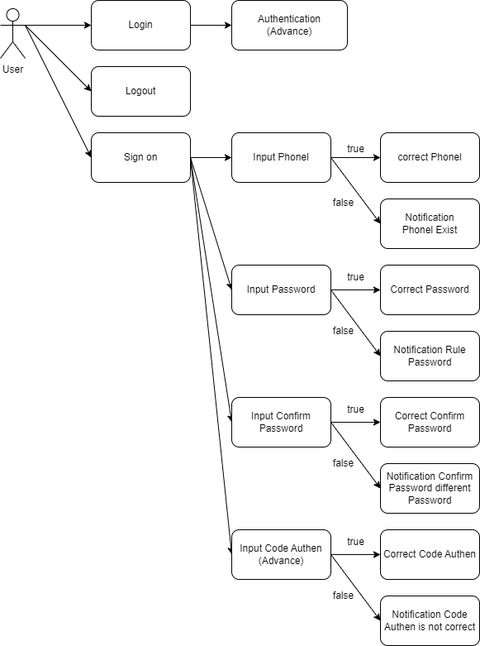
kenduog/saving_book keeps this draw.io diagram as saving_book_diagram.png. Above is the earlier version. Source tidied: cells renumbered, new cells last; positions are measured from the earlier drawing's top-left corner, leaving out a move shared by most shapes.
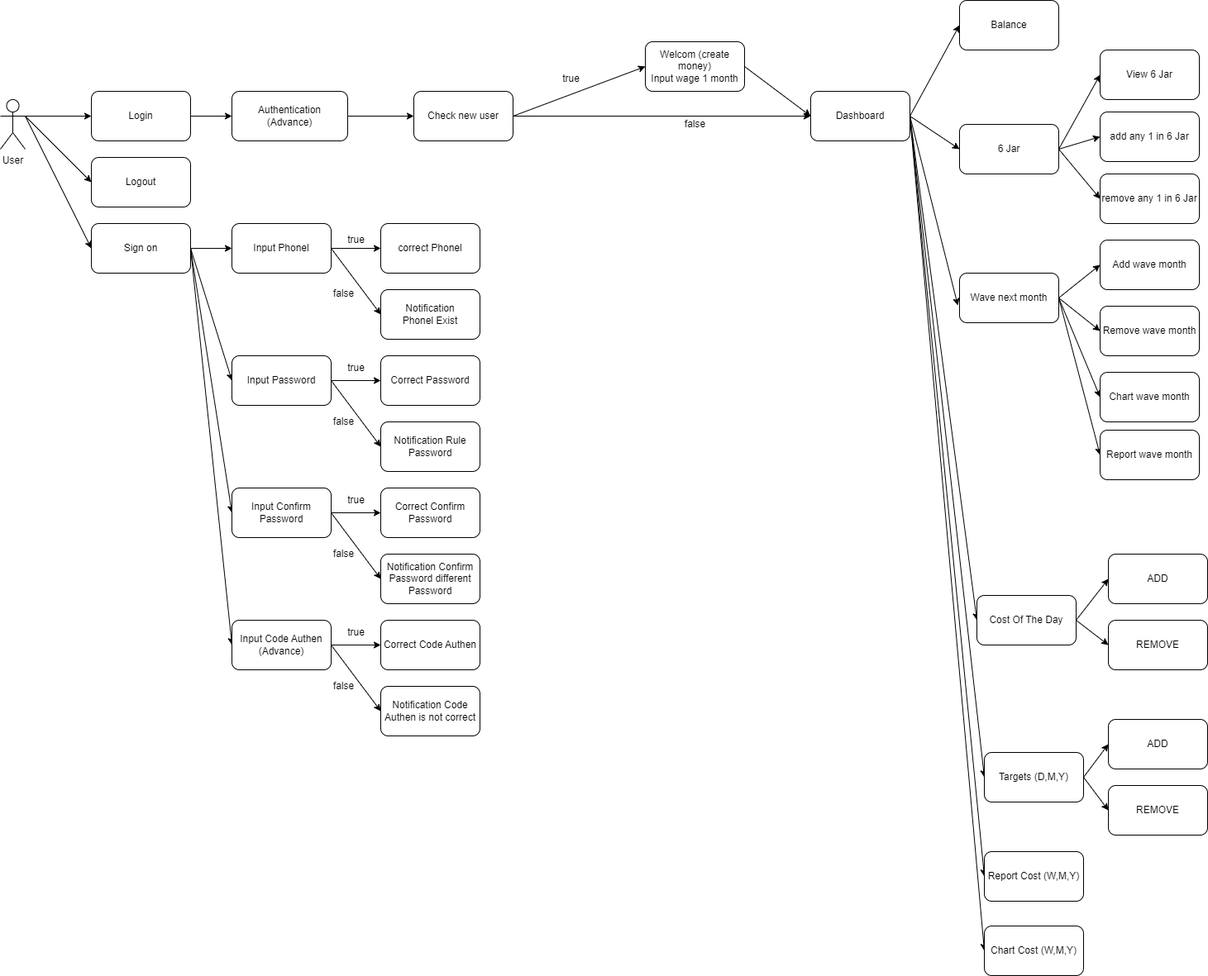
Later version of the same file.

Diff of the diagram source:
```diff
@@ -38,6 +38,15 @@
     <mxCell id="13" value="Sign on" style="rounded=1;whiteSpace=wrap;html=1;" parent="1" vertex="1">
       <mxGeometry x="110" y="160" width="120" height="60" as="geometry" />
     </mxCell>
+    <mxCell id="43" style="rounded=0;jettySize=auto;html=1;entryX=0;entryY=0.5;entryDx=0;entryDy=0;exitX=1;exitY=0.5;exitDx=0;exitDy=0;" parent="1" edge="1" source="63" target="60">
+      <mxGeometry relative="1" as="geometry" />
+    </mxCell>
+    <mxCell id="44" style="edgeStyle=orthogonalEdgeStyle;rounded=0;jettySize=auto;html=1;entryX=0;entryY=0.5;entryDx=0;entryDy=0;exitX=1;exitY=0.5;exitDx=0;exitDy=0;" parent="1" edge="1" source="63" target="53">
+      <mxGeometry relative="1" as="geometry" />
+    </mxCell>
+    <mxCell id="45" style="edgeStyle=orthogonalEdgeStyle;rounded=0;jettySize=auto;html=1;exitX=1;exitY=0.5;exitDx=0;exitDy=0;entryX=0;entryY=0.5;entryDx=0;entryDy=0;" parent="1" edge="1" source="14" target="63">
+      <mxGeometry relative="1" as="geometry" />
+    </mxCell>
     <mxCell id="14" value="Authentication&lt;br&gt;(Advance)" style="rounded=1;whiteSpace=wrap;html=1;" parent="1" vertex="1">
       <mxGeometry x="280" width="140" height="60" as="geometry" />
     </mxCell>
@@ -125,5 +134,131 @@
     <mxCell id="42" value="true" style="text;html=1;align=center;verticalAlign=middle;strokeColor=none;fillColor=none;" parent="1" vertex="1">
       <mxGeometry x="410" y="640" width="40" height="30" as="geometry" />
     </mxCell>
+    <mxCell id="46" style="rounded=0;jettySize=auto;html=1;exitX=1;exitY=0.5;exitDx=0;exitDy=0;entryX=0;entryY=0.5;entryDx=0;entryDy=0;" parent="1" edge="1" source="53" target="54">
+      <mxGeometry relative="1" as="geometry" />
+    </mxCell>
+    <mxCell id="47" style="rounded=0;jettySize=auto;html=1;exitX=1;exitY=0.5;exitDx=0;exitDy=0;entryX=0;entryY=0.5;entryDx=0;entryDy=0;" parent="1" edge="1" source="53" target="58">
+      <mxGeometry relative="1" as="geometry" />
+    </mxCell>
+    <mxCell id="48" style="rounded=0;jettySize=auto;html=1;exitX=1;exitY=0.5;exitDx=0;exitDy=0;entryX=-0.017;entryY=0.65;entryDx=0;entryDy=0;entryPerimeter=0;" parent="1" edge="1" source="53" target="68">
+      <mxGeometry relative="1" as="geometry" />
+    </mxCell>
+    <mxCell id="49" style="rounded=0;jettySize=auto;html=1;exitX=1;exitY=0.5;exitDx=0;exitDy=0;entryX=0;entryY=0.5;entryDx=0;entryDy=0;" parent="1" edge="1" source="53" target="77">
+      <mxGeometry relative="1" as="geometry" />
+    </mxCell>
+    <mxCell id="50" style="edgeStyle=none;rounded=0;jettySize=auto;html=1;exitX=1;exitY=0.5;exitDx=0;exitDy=0;entryX=0;entryY=0.5;entryDx=0;entryDy=0;" parent="1" edge="1" source="53" target="82">
+      <mxGeometry relative="1" as="geometry" />
+    </mxCell>
+    <mxCell id="51" style="edgeStyle=none;rounded=0;jettySize=auto;html=1;exitX=1;exitY=0.5;exitDx=0;exitDy=0;entryX=0;entryY=0.5;entryDx=0;entryDy=0;" parent="1" edge="1" source="53" target="85">
+      <mxGeometry relative="1" as="geometry" />
+    </mxCell>
+    <mxCell id="52" style="edgeStyle=none;rounded=0;jettySize=auto;html=1;exitX=1;exitY=0.5;exitDx=0;exitDy=0;entryX=0;entryY=0.5;entryDx=0;entryDy=0;" parent="1" edge="1" source="53" target="86">
+      <mxGeometry relative="1" as="geometry" />
+    </mxCell>
+    <mxCell id="53" value="Dashboard" style="rounded=1;whiteSpace=wrap;html=1;" parent="1" vertex="1">
+      <mxGeometry x="980" width="120" height="60" as="geometry" />
+    </mxCell>
+    <mxCell id="54" value="Balance" style="rounded=1;whiteSpace=wrap;html=1;" parent="1" vertex="1">
+      <mxGeometry x="1160" y="-110" width="120" height="60" as="geometry" />
+    </mxCell>
+    <mxCell id="55" style="edgeStyle=none;rounded=0;jettySize=auto;html=1;exitX=1;exitY=0.5;exitDx=0;exitDy=0;entryX=0;entryY=0.5;entryDx=0;entryDy=0;" parent="1" edge="1" source="58" target="71">
+      <mxGeometry relative="1" as="geometry" />
+    </mxCell>
+    <mxCell id="56" style="edgeStyle=none;rounded=0;jettySize=auto;html=1;exitX=1;exitY=0.5;exitDx=0;exitDy=0;entryX=0;entryY=0.5;entryDx=0;entryDy=0;" parent="1" edge="1" source="58" target="72">
+      <mxGeometry relative="1" as="geometry" />
+    </mxCell>
+    <mxCell id="57" style="edgeStyle=none;rounded=0;jettySize=auto;html=1;exitX=1;exitY=0.5;exitDx=0;exitDy=0;entryX=0;entryY=0.5;entryDx=0;entryDy=0;" parent="1" edge="1" source="58" target="87">
+      <mxGeometry relative="1" as="geometry" />
+    </mxCell>
+    <mxCell id="58" value="6 Jar" style="rounded=1;whiteSpace=wrap;html=1;" parent="1" vertex="1">
+      <mxGeometry x="1160" y="40" width="120" height="60" as="geometry" />
+    </mxCell>
+    <mxCell id="59" style="rounded=0;jettySize=auto;html=1;exitX=1;exitY=0.5;exitDx=0;exitDy=0;entryX=0;entryY=0.5;entryDx=0;entryDy=0;" parent="1" edge="1" source="60" target="53">
+      <mxGeometry relative="1" as="geometry" />
+    </mxCell>
+    <mxCell id="60" value="Welcom (create money)&lt;br&gt;Input&amp;nbsp;wage 1 month" style="rounded=1;whiteSpace=wrap;html=1;" parent="1" vertex="1">
+      <mxGeometry x="780" y="-60" width="120" height="60" as="geometry" />
+    </mxCell>
+    <mxCell id="61" value="true" style="text;html=1;align=center;verticalAlign=middle;strokeColor=none;fillColor=none;" parent="1" vertex="1">
+      <mxGeometry x="670" y="-30" width="40" height="30" as="geometry" />
+    </mxCell>
+    <mxCell id="62" value="false" style="text;html=1;align=center;verticalAlign=middle;strokeColor=none;fillColor=none;" parent="1" vertex="1">
+      <mxGeometry x="815" y="25" width="50" height="30" as="geometry" />
+    </mxCell>
+    <mxCell id="63" value="Check new user" style="rounded=1;whiteSpace=wrap;html=1;" parent="1" vertex="1">
+      <mxGeometry x="500" width="120" height="60" as="geometry" />
+    </mxCell>
+    <mxCell id="64" style="rounded=0;jettySize=auto;html=1;exitX=1;exitY=0.5;exitDx=0;exitDy=0;entryX=0;entryY=0.5;entryDx=0;entryDy=0;" parent="1" edge="1" source="68" target="69">
+      <mxGeometry relative="1" as="geometry" />
+    </mxCell>
+    <mxCell id="65" style="rounded=0;jettySize=auto;html=1;exitX=1;exitY=0.5;exitDx=0;exitDy=0;entryX=0;entryY=0.5;entryDx=0;entryDy=0;" parent="1" edge="1" source="68" target="70">
+      <mxGeometry relative="1" as="geometry" />
+    </mxCell>
+    <mxCell id="66" style="edgeStyle=none;rounded=0;jettySize=auto;html=1;exitX=1;exitY=0.5;exitDx=0;exitDy=0;entryX=0;entryY=0.5;entryDx=0;entryDy=0;" parent="1" edge="1" source="68" target="73">
+      <mxGeometry relative="1" as="geometry" />
+    </mxCell>
+    <mxCell id="67" style="edgeStyle=none;rounded=0;jettySize=auto;html=1;exitX=1;exitY=0.5;exitDx=0;exitDy=0;entryX=0;entryY=0.5;entryDx=0;entryDy=0;" parent="1" edge="1" source="68" target="74">
+      <mxGeometry relative="1" as="geometry" />
+    </mxCell>
+    <mxCell id="68" value="Wave next month" style="rounded=1;whiteSpace=wrap;html=1;" parent="1" vertex="1">
+      <mxGeometry x="1160" y="220" width="120" height="60" as="geometry" />
+    </mxCell>
+    <mxCell id="69" value="Remove wave month" style="rounded=1;whiteSpace=wrap;html=1;" parent="1" vertex="1">
+      <mxGeometry x="1330" y="260" width="120" height="60" as="geometry" />
+    </mxCell>
+    <mxCell id="70" value="Add wave month" style="rounded=1;whiteSpace=wrap;html=1;" parent="1" vertex="1">
+      <mxGeometry x="1330" y="180" width="120" height="60" as="geometry" />
+    </mxCell>
+    <mxCell id="71" value="add any 1 in 6 Jar" style="rounded=1;whiteSpace=wrap;html=1;" parent="1" vertex="1">
+      <mxGeometry x="1330" y="25" width="120" height="60" as="geometry" />
+    </mxCell>
+    <mxCell id="72" value="View 6 Jar" style="rounded=1;whiteSpace=wrap;html=1;" parent="1" vertex="1">
+      <mxGeometry x="1330" y="-50" width="120" height="60" as="geometry" />
+    </mxCell>
+    <mxCell id="73" value="Chart wave month" style="rounded=1;whiteSpace=wrap;html=1;" parent="1" vertex="1">
+      <mxGeometry x="1330" y="340" width="120" height="60" as="geometry" />
+    </mxCell>
+    <mxCell id="74" value="Report wave month" style="rounded=1;whiteSpace=wrap;html=1;" parent="1" vertex="1">
+      <mxGeometry x="1330" y="410" width="120" height="60" as="geometry" />
+    </mxCell>
+    <mxCell id="75" style="edgeStyle=none;rounded=0;jettySize=auto;html=1;exitX=1;exitY=0.5;exitDx=0;exitDy=0;entryX=0;entryY=0.5;entryDx=0;entryDy=0;" parent="1" edge="1" source="77" target="78">
+      <mxGeometry relative="1" as="geometry" />
+    </mxCell>
+    <mxCell id="76" style="edgeStyle=none;rounded=0;jettySize=auto;html=1;exitX=1;exitY=0.5;exitDx=0;exitDy=0;entryX=0;entryY=0.5;entryDx=0;entryDy=0;" parent="1" edge="1" source="77" target="79">
+      <mxGeometry relative="1" as="geometry" />
+    </mxCell>
+    <mxCell id="77" value="Cost Of The Day" style="rounded=1;whiteSpace=wrap;html=1;" parent="1" vertex="1">
+      <mxGeometry x="1181" y="610" width="120" height="60" as="geometry" />
+    </mxCell>
+    <mxCell id="78" value="ADD" style="rounded=1;whiteSpace=wrap;html=1;" parent="1" vertex="1">
+      <mxGeometry x="1340" y="560" width="120" height="60" as="geometry" />
+    </mxCell>
+    <mxCell id="79" value="REMOVE" style="rounded=1;whiteSpace=wrap;html=1;" parent="1" vertex="1">
+      <mxGeometry x="1340" y="640" width="120" height="60" as="geometry" />
+    </mxCell>
+    <mxCell id="80" style="edgeStyle=none;rounded=0;jettySize=auto;html=1;exitX=1;exitY=0.5;exitDx=0;exitDy=0;entryX=0;entryY=0.5;entryDx=0;entryDy=0;" parent="1" edge="1" source="82" target="83">
+      <mxGeometry relative="1" as="geometry" />
+    </mxCell>
+    <mxCell id="81" style="edgeStyle=none;rounded=0;jettySize=auto;html=1;exitX=1;exitY=0.5;exitDx=0;exitDy=0;entryX=0;entryY=0.5;entryDx=0;entryDy=0;" parent="1" edge="1" source="82" target="84">
+      <mxGeometry relative="1" as="geometry" />
+    </mxCell>
+    <mxCell id="82" value="Targets (D,M,Y)" style="rounded=1;whiteSpace=wrap;html=1;" parent="1" vertex="1">
+      <mxGeometry x="1190" y="800" width="120" height="60" as="geometry" />
+    </mxCell>
+    <mxCell id="83" value="ADD" style="rounded=1;whiteSpace=wrap;html=1;" parent="1" vertex="1">
+      <mxGeometry x="1340" y="760" width="120" height="60" as="geometry" />
+    </mxCell>
+    <mxCell id="84" value="REMOVE" style="rounded=1;whiteSpace=wrap;html=1;" parent="1" vertex="1">
+      <mxGeometry x="1340" y="840" width="120" height="60" as="geometry" />
+    </mxCell>
+    <mxCell id="85" value="Report Cost (W,M,Y)" style="rounded=1;whiteSpace=wrap;html=1;" parent="1" vertex="1">
+      <mxGeometry x="1190" y="920" width="120" height="60" as="geometry" />
+    </mxCell>
+    <mxCell id="86" value="Chart Cost (W,M,Y)" style="rounded=1;whiteSpace=wrap;html=1;" parent="1" vertex="1">
+      <mxGeometry x="1190" y="1010" width="120" height="60" as="geometry" />
+    </mxCell>
+    <mxCell id="87" value="remove any 1 in 6 Jar" style="rounded=1;whiteSpace=wrap;html=1;" parent="1" vertex="1">
+      <mxGeometry x="1330" y="100" width="120" height="60" as="geometry" />
+    </mxCell>
   </root>
 </mxGraphModel>
```
